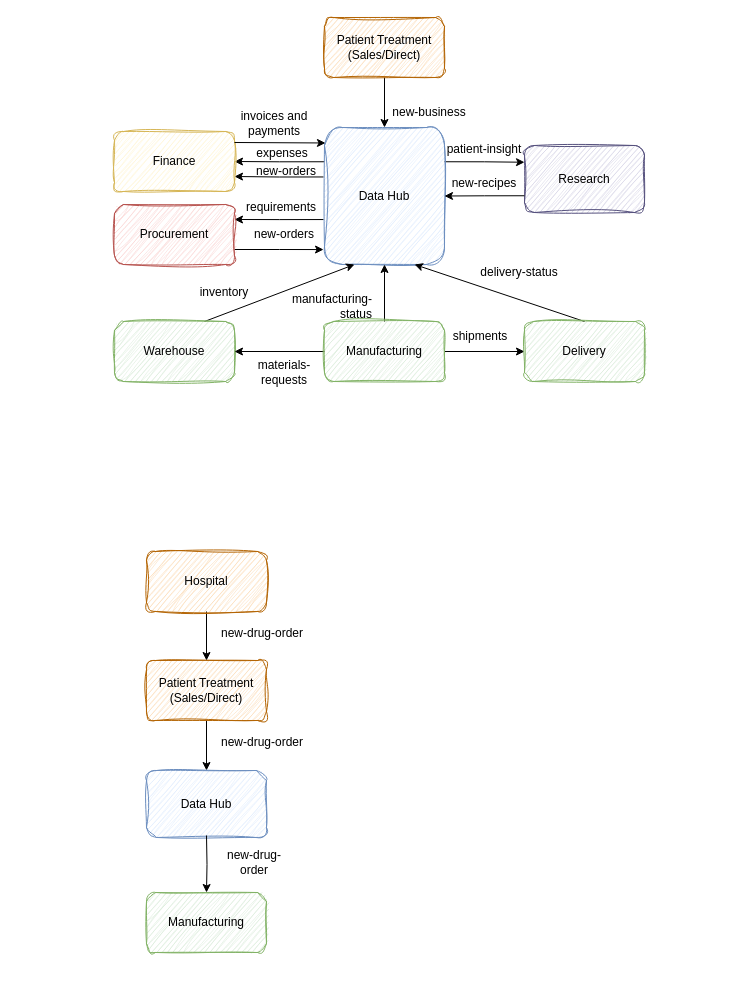
Earlier version of the draw.io diagram page "data-driven-systems-architecture" (5 of 5) of site/docs/practices/coco-pharmaceuticals/scenarios/business-transformation.drawio (odpi/egeria-docs). Source tidied: cells renumbered, new cells numbered last; positions are measured from the earlier drawing's top-left corner, leaving out a move shared by most shapes. Both pictures are drawn from the tidied source at 100%, with x=0, y=0 at pixel (114, 17).
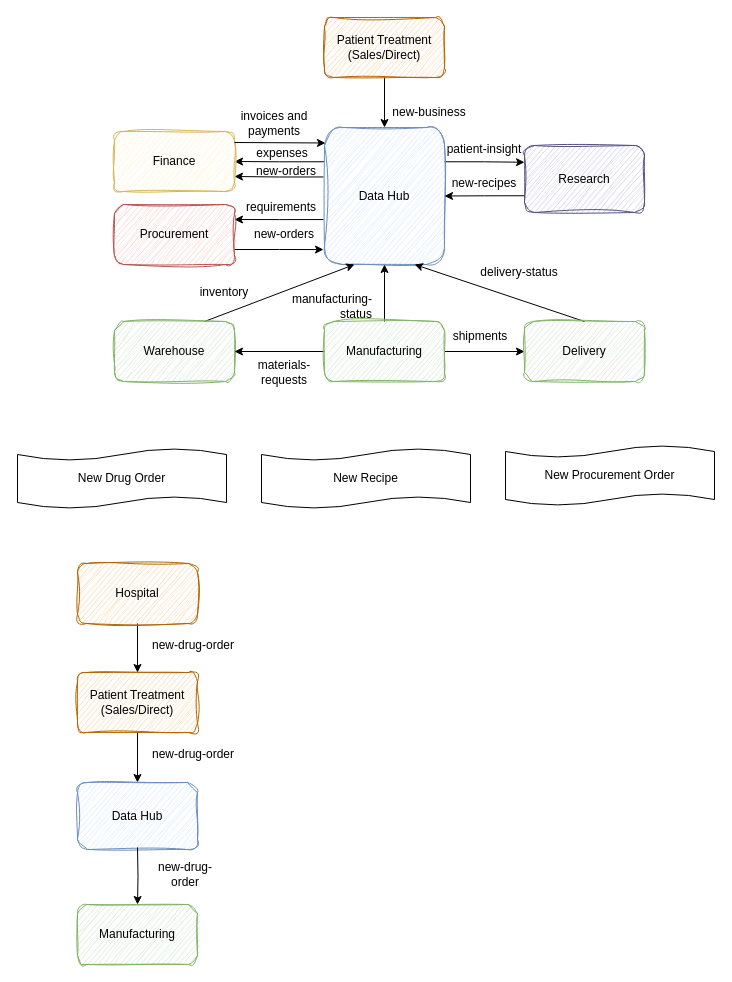
The same diagram, later.

The edit, as a diff of the source:
```diff
@@
     <mxCell id="37" value="Patient Treatment&lt;div&gt;(Sales/Direct)&lt;/div&gt;" style="rounded=1;whiteSpace=wrap;html=1;fillColor=#fad7ac;strokeColor=#b46504;sketch=1;curveFitting=1;jiggle=2;" parent="1" vertex="1">
-      <mxGeometry x="32" y="643" width="120" height="60" as="geometry" />
+      <mxGeometry x="-37" y="655" width="120" height="60" as="geometry" />
     </mxCell>
     <mxCell id="38" value="Data Hub" style="rounded=1;whiteSpace=wrap;html=1;fillColor=#dae8fc;strokeColor=#6c8ebf;sketch=1;curveFitting=1;jiggle=2;" parent="1" vertex="1">
-      <mxGeometry x="32" y="753" width="120" height="67" as="geometry" />
+      <mxGeometry x="-37" y="765" width="120" height="67" as="geometry" />
     </mxCell>
     <mxCell id="39" value="new-drug-order" style="text;html=1;whiteSpace=wrap;strokeColor=none;fillColor=none;align=center;verticalAlign=middle;rounded=0;" parent="1" vertex="1">
-      <mxGeometry x="93" y="710" width="110" height="30" as="geometry" />
+      <mxGeometry x="24" y="722" width="110" height="30" as="geometry" />
     </mxCell>
     <mxCell id="40" style="edgeStyle=orthogonalEdgeStyle;rounded=0;jettySize=auto;html=1;exitX=0.5;exitY=1;exitDx=0;exitDy=0;" parent="1" edge="1" target="41">
       <mxGeometry relative="1" as="geometry">
-        <mxPoint x="92" y="818" as="sourcePoint" />
+        <mxPoint x="23" y="830" as="sourcePoint" />
       </mxGeometry>
     </mxCell>
     <mxCell id="41" value="Manufacturing" style="rounded=1;whiteSpace=wrap;html=1;fillColor=#d5e8d4;strokeColor=#82b366;sketch=1;curveFitting=1;jiggle=2;" parent="1" vertex="1">
-      <mxGeometry x="32" y="875" width="120" height="60" as="geometry" />
+      <mxGeometry x="-37" y="887" width="120" height="60" as="geometry" />
     </mxCell>
     <mxCell id="42" value="new-drug-order" style="text;html=1;whiteSpace=wrap;strokeColor=none;fillColor=none;align=center;verticalAlign=middle;rounded=0;" parent="1" vertex="1">
-      <mxGeometry x="100" y="830" width="80" height="30" as="geometry" />
+      <mxGeometry x="31" y="842" width="80" height="30" as="geometry" />
     </mxCell>
@@
     <mxCell id="44" value="Hospital" style="rounded=1;whiteSpace=wrap;html=1;fillColor=#fad7ac;strokeColor=#b46504;sketch=1;curveFitting=1;jiggle=2;" parent="1" vertex="1">
-      <mxGeometry x="32" y="534" width="120" height="60" as="geometry" />
+      <mxGeometry x="-37" y="546" width="120" height="60" as="geometry" />
     </mxCell>
     <mxCell id="45" value="new-drug-order" style="text;html=1;whiteSpace=wrap;strokeColor=none;fillColor=none;align=center;verticalAlign=middle;rounded=0;" parent="1" vertex="1">
-      <mxGeometry x="93" y="601" width="110" height="30" as="geometry" />
+      <mxGeometry x="24" y="613" width="110" height="30" as="geometry" />
     </mxCell>
+    <mxCell id="46" value="New Drug Order" style="shape=tape;whiteSpace=wrap;html=1;size=0.2;" parent="1" vertex="1">
+      <mxGeometry x="-97" y="431" width="209" height="60" as="geometry" />
+    </mxCell>
+    <mxCell id="47" value="New Recipe" style="shape=tape;whiteSpace=wrap;html=1;size=0.2;" parent="1" vertex="1">
+      <mxGeometry x="147" y="431" width="209" height="60" as="geometry" />
+    </mxCell>
+    <mxCell id="48" value="New Procurement Order" style="shape=tape;whiteSpace=wrap;html=1;size=0.2;" parent="1" vertex="1">
+      <mxGeometry x="391" y="428" width="209" height="60" as="geometry" />
+    </mxCell>
```
